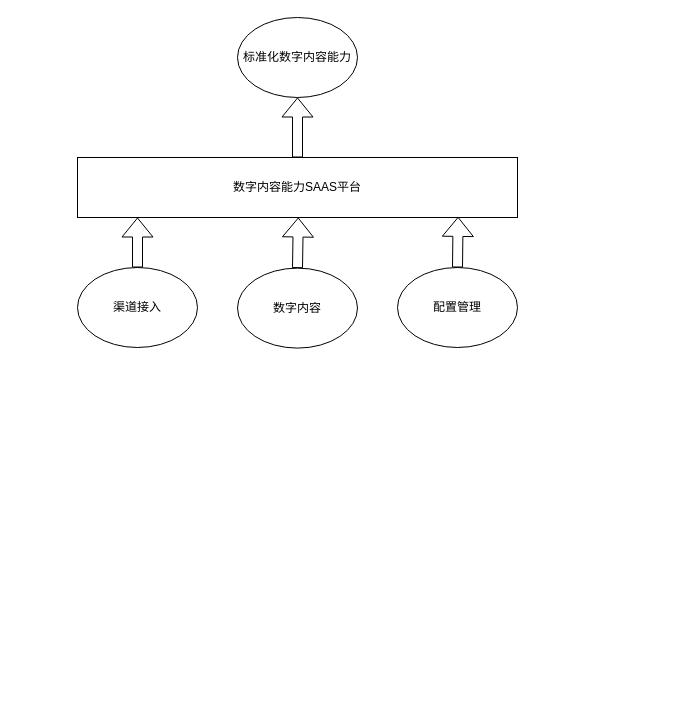
Above: page "Page-2" (2 of 2) of Untitled Diagram.drawio in cf8080/test (draw.io), before the change. Source tidied: cells renumbered, new cells numbered last; positions are measured from the earlier drawing's top-left corner, leaving out a move shared by most shapes. Both pictures are drawn from the tidied source at 100%, with x=0, y=0 at pixel (77, 17).
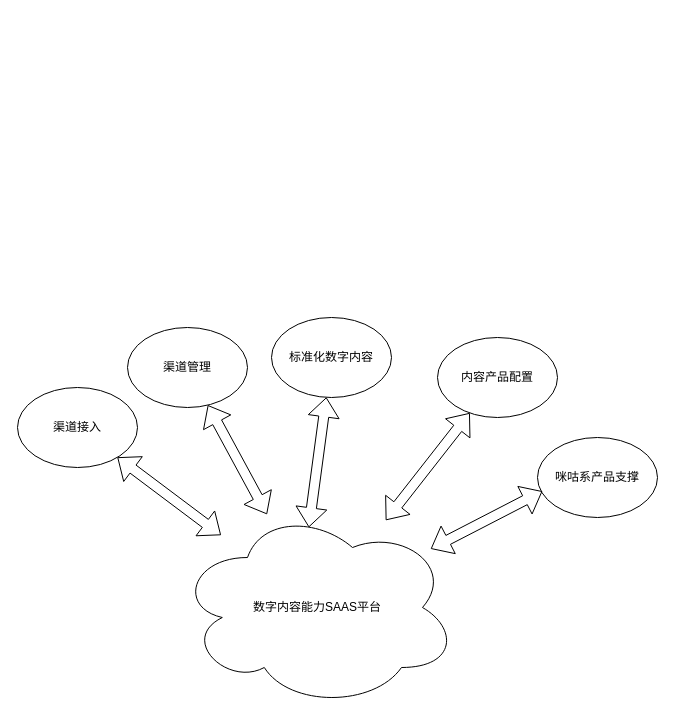
Above is the later version.

What changed in the source:
```diff
@@
 <mxGraphModel>
   <root>
     <mxCell id="0" />
     <mxCell id="1" parent="0" />
-    <mxCell id="2" value="数字内容能力SAAS平台" style="rounded=0;whiteSpace=wrap;html=1;" parent="1" vertex="1">
-      <mxGeometry y="140" width="440" height="60" as="geometry" />
-    </mxCell>
-    <mxCell id="3" value="数字内容" style="ellipse;whiteSpace=wrap;html=1;" parent="1" vertex="1">
-      <mxGeometry x="160" y="250.6" width="120" height="80" as="geometry" />
+    <mxCell id="3" value="标准化数字内容" style="ellipse;whiteSpace=wrap;html=1;" parent="1" vertex="1">
+      <mxGeometry x="194" y="300" width="120" height="80" as="geometry" />
     </mxCell>
-    <mxCell id="4" value="标准化数字内容能力" style="ellipse;whiteSpace=wrap;html=1;" parent="1" vertex="1">
-      <mxGeometry x="160" width="120" height="80" as="geometry" />
-    </mxCell>
-    <mxCell id="5" style="shape=flexArrow;endArrow=classic;html=1;rounded=0;entryX=0.461;entryY=0.99;entryDx=0;entryDy=0;entryPerimeter=0;" parent="1" edge="1" source="3">
-      <mxGeometry relative="1" as="geometry">
-        <mxPoint x="220.8" y="200" as="targetPoint" />
-      </mxGeometry>
+    <mxCell id="5" style="shape=flexArrow;endArrow=classic;html=1;rounded=0;entryX=0.469;entryY=0.099;entryDx=0;entryDy=0;entryPerimeter=0;startArrow=block;" parent="1" edge="1" source="3" target="2">
+      <mxGeometry relative="1" as="geometry" />
     </mxCell>
-    <mxCell id="6" style="shape=flexArrow;endArrow=classic;html=1;rounded=0;exitX=0.5;exitY=0;exitDx=0;exitDy=0;" parent="1" edge="1" source="2" target="4">
-      <mxGeometry relative="1" as="geometry" />
-    </mxCell>
     <mxCell id="7" value="渠道接入" style="ellipse;whiteSpace=wrap;html=1;" parent="1" vertex="1">
-      <mxGeometry y="250" width="120" height="80" as="geometry" />
+      <mxGeometry x="-60" y="370" width="120" height="80" as="geometry" />
     </mxCell>
-    <mxCell id="8" style="shape=flexArrow;endArrow=classic;html=1;rounded=0;" parent="1" edge="1" source="7">
-      <mxGeometry relative="1" as="geometry">
-        <mxPoint x="60" y="200" as="targetPoint" />
-      </mxGeometry>
+    <mxCell id="8" style="shape=flexArrow;endArrow=classic;html=1;rounded=0;startArrow=block;" parent="1" edge="1" source="7" target="2">
+      <mxGeometry relative="1" as="geometry" />
     </mxCell>
-    <mxCell id="9" value="配置管理" style="ellipse;whiteSpace=wrap;html=1;" parent="1" vertex="1">
-      <mxGeometry x="320" y="250" width="120" height="80" as="geometry" />
+    <mxCell id="9" value="渠道管理" style="ellipse;whiteSpace=wrap;html=1;" parent="1" vertex="1">
+      <mxGeometry x="50" y="310" width="120" height="80" as="geometry" />
     </mxCell>
-    <mxCell id="10" style="shape=flexArrow;endArrow=classic;html=1;rounded=0;entryX=0.774;entryY=0.99;entryDx=0;entryDy=0;entryPerimeter=0;" parent="1" edge="1" source="9">
-      <mxGeometry relative="1" as="geometry">
-        <mxPoint x="380.6" y="199.4" as="targetPoint" />
-      </mxGeometry>
+    <mxCell id="10" style="shape=flexArrow;endArrow=classic;html=1;rounded=0;startArrow=block;" parent="1" edge="1" source="9" target="2">
+      <mxGeometry relative="1" as="geometry" />
     </mxCell>
+    <mxCell id="2" value="&lt;span&gt;数字内容能力SAAS平台&lt;/span&gt;" style="ellipse;shape=cloud;whiteSpace=wrap;html=1;" parent="1" vertex="1">
+      <mxGeometry x="100" y="490" width="280" height="200" as="geometry" />
+    </mxCell>
+    <mxCell id="11" value="咪咕系产品支撑" style="ellipse;whiteSpace=wrap;html=1;" parent="1" vertex="1">
+      <mxGeometry x="460" y="420" width="120" height="80" as="geometry" />
+    </mxCell>
+    <mxCell id="12" style="shape=flexArrow;endArrow=classic;startArrow=classic;html=1;rounded=0;entryX=0.04;entryY=0.672;entryDx=0;entryDy=0;entryPerimeter=0;" parent="1" edge="1" source="2" target="11">
+      <mxGeometry relative="1" as="geometry" />
+    </mxCell>
+    <mxCell id="13" value="内容产品配置" style="ellipse;whiteSpace=wrap;html=1;" parent="1" vertex="1">
+      <mxGeometry x="360" y="320" width="120" height="80" as="geometry" />
+    </mxCell>
+    <mxCell id="14" style="shape=flexArrow;endArrow=classic;html=1;rounded=0;startArrow=block;" parent="1" edge="1" source="13" target="2">
+      <mxGeometry relative="1" as="geometry" />
+    </mxCell>
   </root>
 </mxGraphModel>
```
